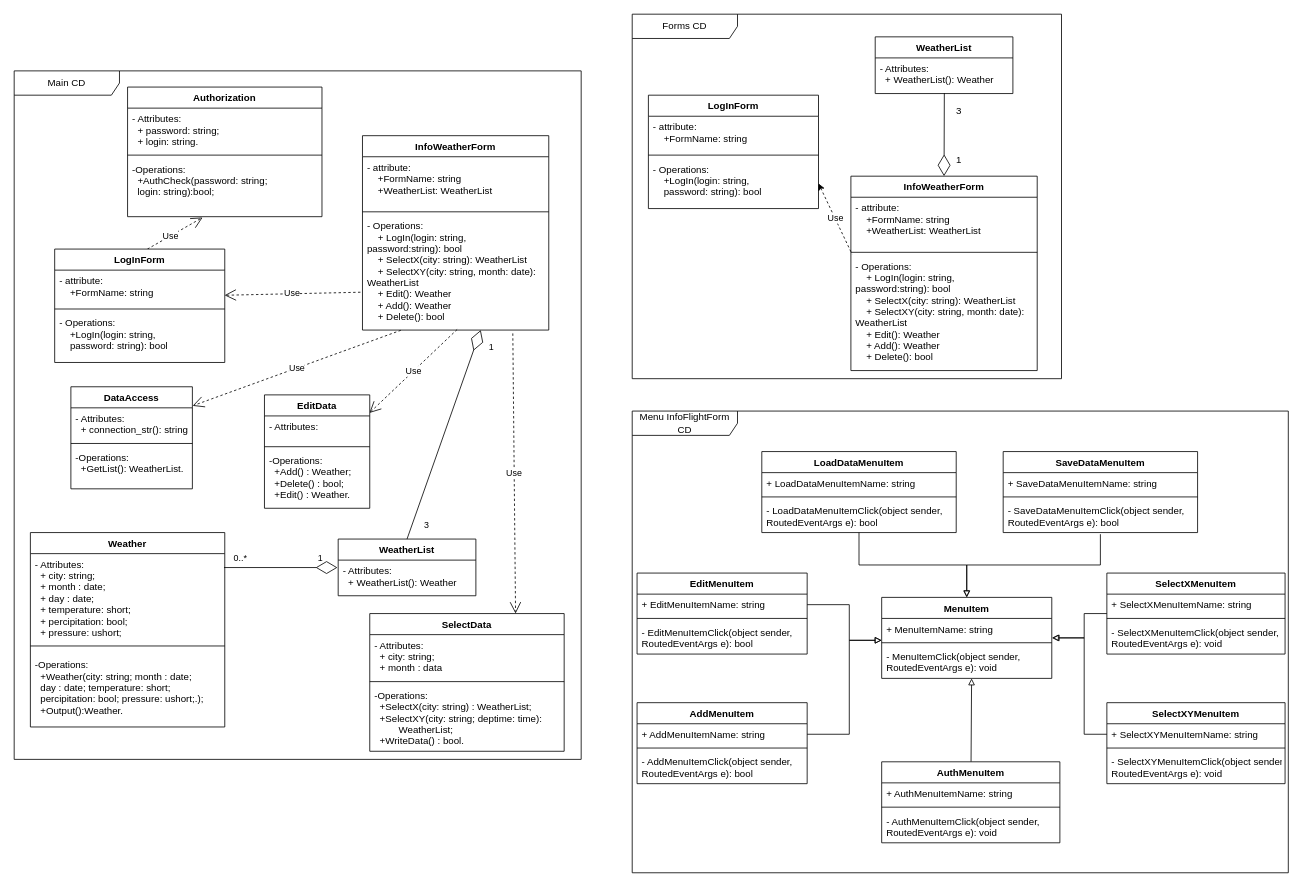
Before: page "Діаграми класів" (1 of 3) of Діаграма класів.drawio in godlyfrenemy/Cloudy, a draw.io diagram. Source tidied: cells renumbered, new cells numbered last; positions are measured from the earlier drawing's top-left corner, leaving out a move shared by most shapes. Both pictures are drawn from the tidied source at 81%, with x=0, y=0 at pixel (14, 14).
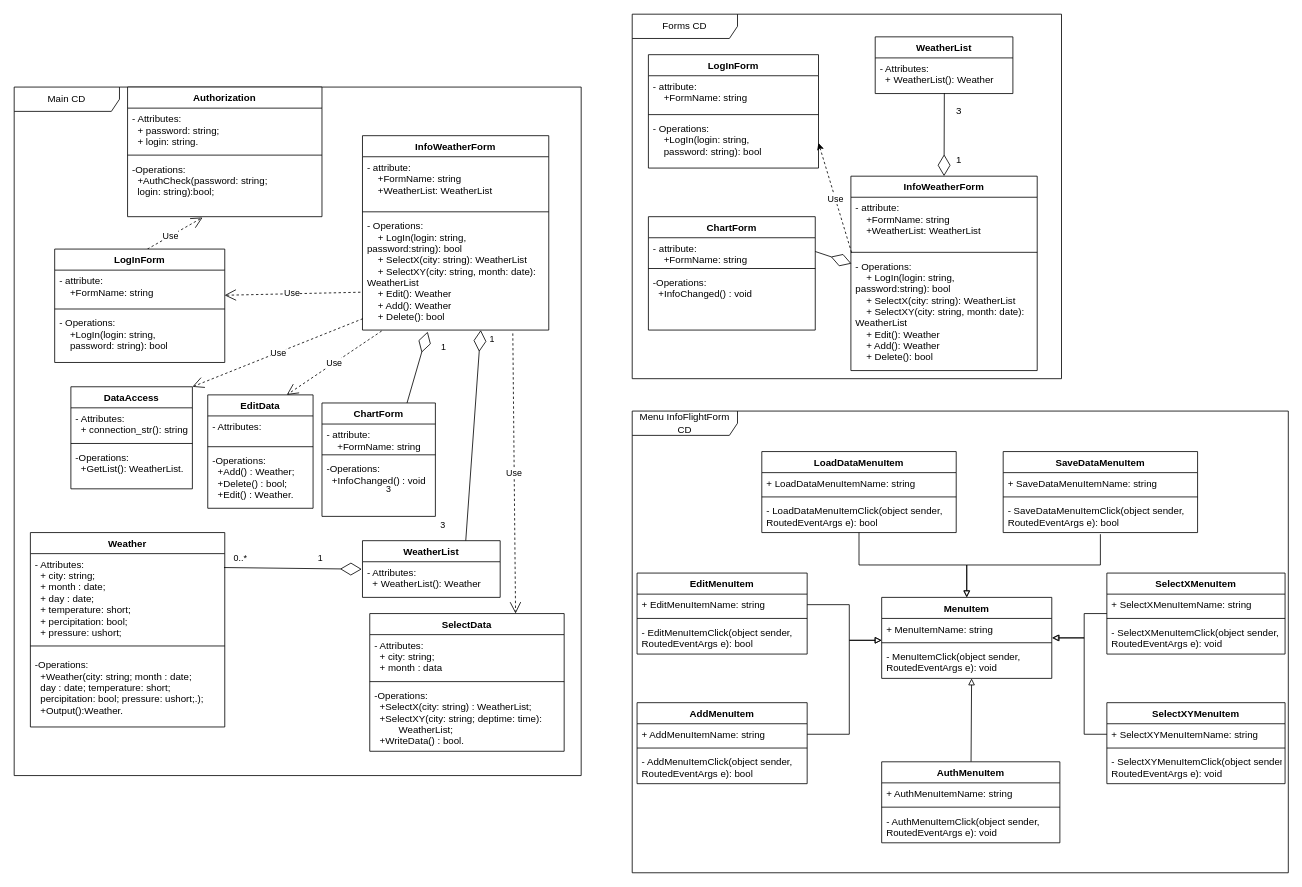
The same diagram, later.

The change refers to these unchanged cells:
```xml
<mxCell id="10" value="- Operations:&#10;    + LogIn(login: string,&#10;password:string): bool&#10;    + SelectX(city: string): WeatherList&#10;    + SelectXY(city: string, month: date): &#10;WeatherList&#10;    + Edit(): Weather&#10;    + Add(): Weather&#10;    + Delete(): bool" style="text;strokeColor=none;fillColor=none;align=left;verticalAlign=top;spacingLeft=4;spacingRight=4;overflow=hidden;points=[[0,0.5],[1,0.5]];portConstraint=eastwest;" parent="7" vertex="1">
  <mxGeometry y="98" width="230" height="142" as="geometry" />
</mxCell>
<mxCell id="22" value="- Attributes:&#10;" style="text;strokeColor=none;fillColor=none;align=left;verticalAlign=top;spacingLeft=4;spacingRight=4;overflow=hidden;points=[[0,0.5],[1,0.5]];portConstraint=eastwest;" parent="21" vertex="1">
  <mxGeometry y="26" width="130" height="34" as="geometry" />
</mxCell>
<mxCell id="39" value="DataAccess" style="swimlane;fontStyle=1;align=center;verticalAlign=top;horizontal=1;startSize=26;" parent="1" vertex="1">
  <mxGeometry x="70" y="460" width="150" height="126" as="geometry" />
</mxCell>
<mxCell id="40" value="- Attributes:&#10;  + connection_str(): string" style="text;strokeColor=none;fillColor=none;align=left;verticalAlign=top;spacingLeft=4;spacingRight=4;overflow=hidden;points=[[0,0.5],[1,0.5]];portConstraint=eastwest;" parent="39" vertex="1">
  <mxGeometry y="26" width="150" height="40" as="geometry" />
</mxCell>
<mxCell id="46" value="- Operations:&#10;    + LogIn(login: string,&#10;password:string): bool&#10;    + SelectX(city: string): WeatherList&#10;    + SelectXY(city: string, month: date): &#10;WeatherList&#10;    + Edit(): Weather&#10;    + Add(): Weather&#10;    + Delete(): bool" style="text;strokeColor=none;fillColor=none;align=left;verticalAlign=top;spacingLeft=4;spacingRight=4;overflow=hidden;points=[[0,0.5],[1,0.5]];portConstraint=eastwest;" parent="43" vertex="1">
  <mxGeometry y="98" width="230" height="142" as="geometry" />
</mxCell>
```

Diff of the diagram source:
```diff
@@
     <mxCell id="3" value="Main CD" style="shape=umlFrame;whiteSpace=wrap;html=1;labelBackgroundColor=none;width=130;height=30;" parent="1" vertex="1">
-      <mxGeometry y="70" width="700" height="850" as="geometry" />
+      <mxGeometry y="90" width="700" height="850" as="geometry" />
     </mxCell>
@@
     <mxCell id="11" value=" LogInForm" style="swimlane;fontStyle=1;align=center;verticalAlign=top;horizontal=1;startSize=26;" parent="1" vertex="1">
-      <mxGeometry x="783" y="100" width="210" height="140" as="geometry" />
+      <mxGeometry x="783" y="50" width="210" height="140" as="geometry" />
     </mxCell>
@@
-    <mxCell id="17" value="Use" style="endArrow=open;endSize=12;dashed=1;html=1;exitX=0.206;exitY=1.002;exitDx=0;exitDy=0;entryX=1.002;entryY=-0.063;entryDx=0;entryDy=0;exitPerimeter=0;entryPerimeter=0;" parent="1" edge="1" source="46" target="40">
+    <mxCell id="17" value="Use" style="endArrow=open;endSize=12;dashed=1;html=1;exitX=0.002;exitY=0.901;exitDx=0;exitDy=0;entryX=1;entryY=0;entryDx=0;entryDy=0;exitPerimeter=0;" parent="1" edge="1" source="46" target="39">
       <mxGeometry relative="1" as="geometry" />
     </mxCell>
-    <mxCell id="18" value="Use" style="endArrow=open;endSize=12;dashed=1;html=1;exitX=0.508;exitY=0.995;exitDx=0;exitDy=0;entryX=0.997;entryY=-0.109;entryDx=0;entryDy=0;exitPerimeter=0;entryPerimeter=0;" parent="1" edge="1" source="46" target="22">
+    <mxCell id="18" value="Use" style="endArrow=open;endSize=12;dashed=1;html=1;exitX=0.103;exitY=1.008;exitDx=0;exitDy=0;entryX=0.75;entryY=0;entryDx=0;entryDy=0;exitPerimeter=0;" parent="1" edge="1" source="46" target="21">
       <mxGeometry relative="1" as="geometry" />
     </mxCell>
@@
     <mxCell id="21" value="EditData" style="swimlane;fontStyle=1;align=center;verticalAlign=top;horizontal=1;startSize=26;" parent="1" vertex="1">
-      <mxGeometry x="309" y="470" width="130" height="140" as="geometry" />
+      <mxGeometry x="239" y="470" width="130" height="140" as="geometry" />
     </mxCell>
@@
     <mxCell id="33" value="WeatherList" style="swimlane;fontStyle=1;align=center;verticalAlign=top;horizontal=1;startSize=26;" parent="1" vertex="1">
-      <mxGeometry x="400" y="648" width="170" height="70" as="geometry" />
+      <mxGeometry x="430" y="650" width="170" height="70" as="geometry" />
     </mxCell>
@@
-    <mxCell id="94" style="endArrow=diamondThin;endFill=0;endSize=24;html=1;exitX=0.5;exitY=0;exitDx=0;exitDy=0;" parent="1" edge="1" source="33">
+    <mxCell id="94" style="endArrow=diamondThin;endFill=0;endSize=24;html=1;exitX=0.75;exitY=0;exitDx=0;exitDy=0;" parent="1" edge="1" source="33">
       <mxGeometry relative="1" as="geometry">
         <mxPoint x="576" y="390" as="targetPoint" />
       </mxGeometry>
     </mxCell>
     <mxCell id="95" value="1" style="edgeLabel;html=1;align=center;verticalAlign=middle;" parent="94" vertex="1">
       <mxGeometry x="-0.77" y="2" relative="1" as="geometry">
-        <mxPoint x="95.3" y="-207.4" as="offset" />
+        <mxPoint x="31.4" y="-219.9" as="offset" />
       </mxGeometry>
     </mxCell>
@@
+    <mxCell id="99" value="ChartForm" style="swimlane;fontStyle=1;align=center;verticalAlign=top;horizontal=1;startSize=26;" parent="1" vertex="1">
+      <mxGeometry x="380" y="480" width="140" height="140" as="geometry" />
+    </mxCell>
+    <mxCell id="100" value="- attribute:&#10;    +FormName: string" style="text;strokeColor=none;fillColor=none;align=left;verticalAlign=top;spacingLeft=4;spacingRight=4;overflow=hidden;" parent="99" vertex="1">
+      <mxGeometry y="26" width="140" height="34" as="geometry" />
+    </mxCell>
+    <mxCell id="101" style="line;strokeWidth=1;fillColor=none;align=left;verticalAlign=middle;spacingTop=-1;spacingLeft=3;spacingRight=3;labelPosition=right;" parent="99" vertex="1">
+      <mxGeometry y="60" width="140" height="8" as="geometry" />
+    </mxCell>
+    <mxCell id="102" value="-Operations:&#10;  +InfoChanged() : void&#10;&#10;" style="text;strokeColor=none;fillColor=none;align=left;verticalAlign=top;spacingLeft=4;spacingRight=4;overflow=hidden;" parent="99" vertex="1">
+      <mxGeometry y="68" width="140" height="72" as="geometry" />
+    </mxCell>
+    <mxCell id="103" style="endArrow=diamondThin;endFill=0;endSize=24;html=1;exitX=0.75;exitY=0;exitDx=0;exitDy=0;entryX=0.35;entryY=1.014;entryDx=0;entryDy=0;entryPerimeter=0;" parent="1" edge="1" source="99" target="46">
+      <mxGeometry relative="1" as="geometry" />
+    </mxCell>
+    <mxCell id="104" value="1" style="edgeLabel;html=1;align=center;verticalAlign=middle;" parent="103" vertex="1">
+      <mxGeometry x="-0.77" y="2" relative="1" as="geometry">
+        <mxPoint x="42.9" y="-58.6" as="offset" />
+      </mxGeometry>
+    </mxCell>
+    <mxCell id="105" value="3" style="edgeLabel;html=1;align=center;verticalAlign=middle;" parent="103" vertex="1">
+      <mxGeometry x="0.45" y="-2" relative="1" as="geometry">
+        <mxPoint x="-44" y="168.7" as="offset" />
+      </mxGeometry>
+    </mxCell>
+    <mxCell id="106" value="ChartForm" style="swimlane;fontStyle=1;align=center;verticalAlign=top;horizontal=1;startSize=26;" parent="1" vertex="1">
+      <mxGeometry x="783" y="250" width="206" height="140" as="geometry" />
+    </mxCell>
+    <mxCell id="107" value="- attribute:&#10;    +FormName: string" style="text;strokeColor=none;fillColor=none;align=left;verticalAlign=top;spacingLeft=4;spacingRight=4;overflow=hidden;points=[[0,0.5],[1,0.5]];portConstraint=eastwest;" parent="106" vertex="1">
+      <mxGeometry y="26" width="206" height="34" as="geometry" />
+    </mxCell>
+    <mxCell id="108" style="line;strokeWidth=1;fillColor=none;align=left;verticalAlign=middle;spacingTop=-1;spacingLeft=3;spacingRight=3;labelPosition=right;" parent="106" vertex="1">
+      <mxGeometry y="60" width="206" height="8" as="geometry" />
+    </mxCell>
+    <mxCell id="109" value="-Operations:&#10;  +InfoChanged() : void&#10;&#10;" style="text;strokeColor=none;fillColor=none;align=left;verticalAlign=top;spacingLeft=4;spacingRight=4;overflow=hidden;" parent="106" vertex="1">
+      <mxGeometry y="68" width="206" height="72" as="geometry" />
+    </mxCell>
+    <mxCell id="110" style="endArrow=diamondThin;endFill=0;endSize=24;html=1;exitX=1;exitY=0.5;exitDx=0;exitDy=0;entryX=0.003;entryY=0.07;entryDx=0;entryDy=0;entryPerimeter=0;" parent="1" edge="1" source="107" target="10">
+      <mxGeometry relative="1" as="geometry" />
+    </mxCell>
```
